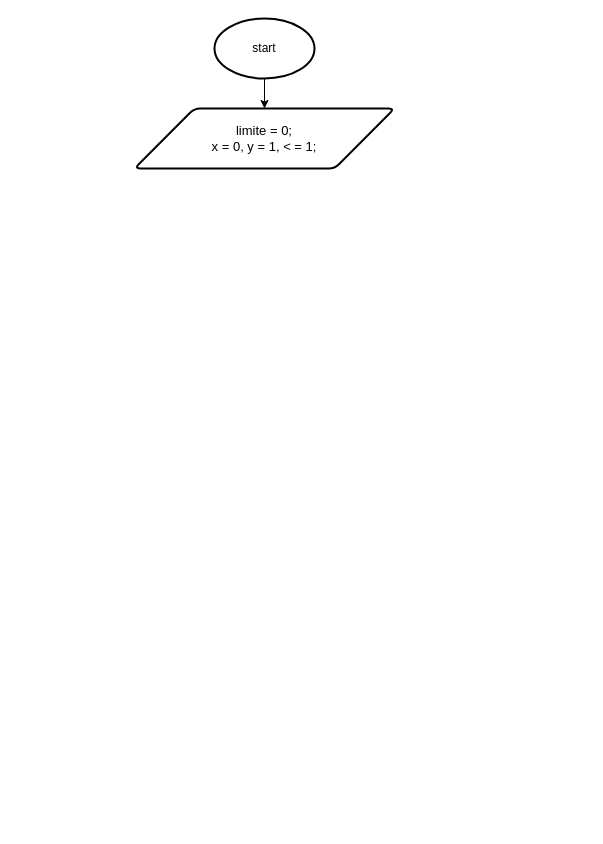
Before: SerieFibonacci.drawio in AnthonyLozadaAlexander/DiagramaDeFlujos, a draw.io diagram. Source tidied: cells renumbered, new cells numbered last; positions are measured from the earlier drawing's top-left corner, leaving out a move shared by most shapes. Both pictures are drawn from the tidied source at 100%, with x=0, y=0 at pixel (134, 18).
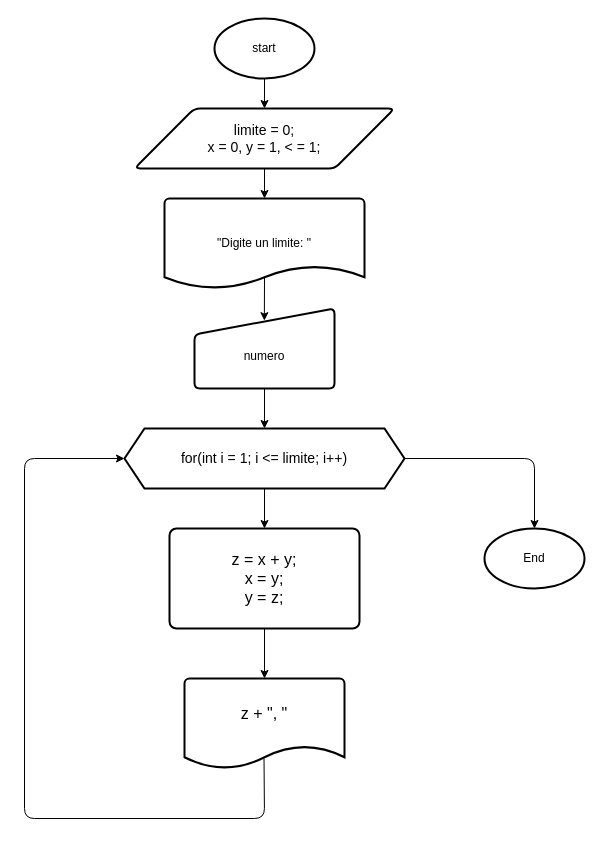
After the change.

Commit message:
Actualizar diagrama de flujo de Fibonacci para incluir nuevos nodos y ajustar dimensiones

The edit, as a diff of the source:
```diff
@@
-    <mxCell id="3" value="limite = 0;&lt;div&gt;x = 0, y = 1, &amp;lt; = 1;&lt;/div&gt;" style="shape=parallelogram;html=1;strokeWidth=2;perimeter=parallelogramPerimeter;whiteSpace=wrap;rounded=1;arcSize=12;size=0.23;fontSize=13;" parent="1" vertex="1">
+    <mxCell id="3" value="limite = 0;&lt;div&gt;x = 0, y = 1, &amp;lt; = 1;&lt;/div&gt;" style="shape=parallelogram;html=1;strokeWidth=2;perimeter=parallelogramPerimeter;whiteSpace=wrap;rounded=1;arcSize=12;size=0.23;fontSize=14;" parent="1" vertex="1">
       <mxGeometry y="90" width="260" height="60" as="geometry" />
     </mxCell>
@@
+    <mxCell id="5" value="&quot;Digite un limite: &quot;" style="strokeWidth=2;html=1;shape=mxgraph.flowchart.document2;whiteSpace=wrap;size=0.25;" parent="1" vertex="1">
+      <mxGeometry x="30" y="180" width="200" height="90" as="geometry" />
+    </mxCell>
+    <mxCell id="6" style="edgeStyle=none;html=1;entryX=0.5;entryY=0;entryDx=0;entryDy=0;entryPerimeter=0;" parent="1" edge="1" source="3" target="5">
+      <mxGeometry relative="1" as="geometry" />
+    </mxCell>
+    <mxCell id="7" style="edgeStyle=none;html=1;entryX=0.5;entryY=0;entryDx=0;entryDy=0;" parent="1" edge="1" source="8" target="12">
+      <mxGeometry relative="1" as="geometry" />
+    </mxCell>
+    <mxCell id="8" value="&lt;div&gt;&lt;br&gt;&lt;/div&gt;&lt;div&gt;numero&lt;/div&gt;" style="html=1;strokeWidth=2;shape=manualInput;whiteSpace=wrap;rounded=1;size=26;arcSize=11;" parent="1" vertex="1">
+      <mxGeometry x="60" y="290" width="140" height="80" as="geometry" />
+    </mxCell>
+    <mxCell id="9" style="edgeStyle=none;html=1;entryX=0.499;entryY=0.152;entryDx=0;entryDy=0;entryPerimeter=0;exitX=0.5;exitY=0.872;exitDx=0;exitDy=0;exitPerimeter=0;" parent="1" edge="1" source="5" target="8">
+      <mxGeometry relative="1" as="geometry" />
+    </mxCell>
+    <mxCell id="10" style="edgeStyle=none;html=1;entryX=0.5;entryY=0;entryDx=0;entryDy=0;" parent="1" edge="1" source="12" target="13">
+      <mxGeometry relative="1" as="geometry" />
+    </mxCell>
+    <mxCell id="11" style="edgeStyle=none;html=1;entryX=0.5;entryY=0;entryDx=0;entryDy=0;entryPerimeter=0;exitX=1;exitY=0.5;exitDx=0;exitDy=0;" parent="1" edge="1" source="12" target="17">
+      <mxGeometry relative="1" as="geometry">
+        <Array as="points">
+          <mxPoint x="400" y="440" />
+        </Array>
+      </mxGeometry>
+    </mxCell>
+    <mxCell id="12" value="for(int i = 1; i &amp;lt;= limite; i++)" style="shape=hexagon;perimeter=hexagonPerimeter2;whiteSpace=wrap;html=1;fixedSize=1;strokeWidth=2;fontSize=14;" parent="1" vertex="1">
+      <mxGeometry x="-10" y="410" width="280" height="60" as="geometry" />
+    </mxCell>
+    <mxCell id="13" value="z = x + y;&lt;div&gt;x = y;&lt;/div&gt;&lt;div&gt;y = z;&lt;/div&gt;" style="rounded=1;whiteSpace=wrap;html=1;absoluteArcSize=1;arcSize=14;strokeWidth=2;fontSize=16;" parent="1" vertex="1">
+      <mxGeometry x="35" y="510" width="190" height="100" as="geometry" />
+    </mxCell>
+    <mxCell id="14" style="edgeStyle=none;html=1;entryX=0;entryY=0.5;entryDx=0;entryDy=0;exitX=0.497;exitY=0.888;exitDx=0;exitDy=0;exitPerimeter=0;" parent="1" edge="1" source="15" target="12">
+      <mxGeometry relative="1" as="geometry">
+        <Array as="points">
+          <mxPoint x="130" y="800" />
+          <mxPoint x="-110" y="800" />
+          <mxPoint x="-110" y="440" />
+        </Array>
+      </mxGeometry>
+    </mxCell>
+    <mxCell id="15" value="z + &quot;, &quot;&lt;div&gt;&lt;br&gt;&lt;/div&gt;" style="strokeWidth=2;html=1;shape=mxgraph.flowchart.document2;whiteSpace=wrap;size=0.25;fontSize=16;" parent="1" vertex="1">
+      <mxGeometry x="50" y="660" width="160" height="90" as="geometry" />
+    </mxCell>
+    <mxCell id="16" style="edgeStyle=none;html=1;entryX=0.5;entryY=0;entryDx=0;entryDy=0;entryPerimeter=0;" parent="1" edge="1" source="13" target="15">
+      <mxGeometry relative="1" as="geometry" />
+    </mxCell>
+    <mxCell id="17" value="End" style="strokeWidth=2;html=1;shape=mxgraph.flowchart.start_1;whiteSpace=wrap;" parent="1" vertex="1">
+      <mxGeometry x="350" y="510" width="100" height="60" as="geometry" />
+    </mxCell>
```
